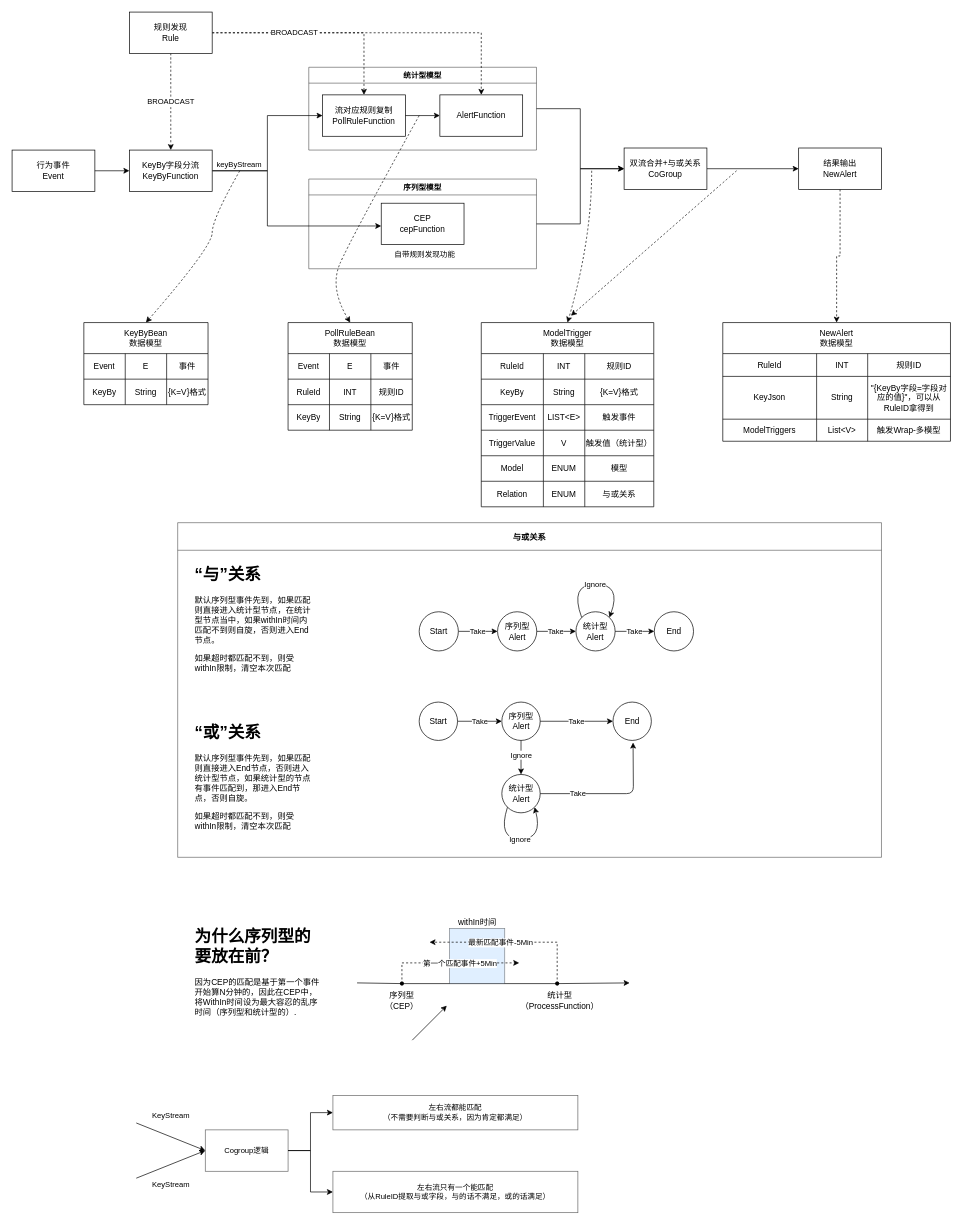
Before: cep.drawio in pengmide/draw, a draw.io diagram. Source tidied: cells renumbered, new cells numbered last; positions are measured from the earlier drawing's top-left corner, leaving out a move shared by most shapes. Both pictures are drawn from the tidied source at 69%, with x=0, y=0 at pixel (12, 12).
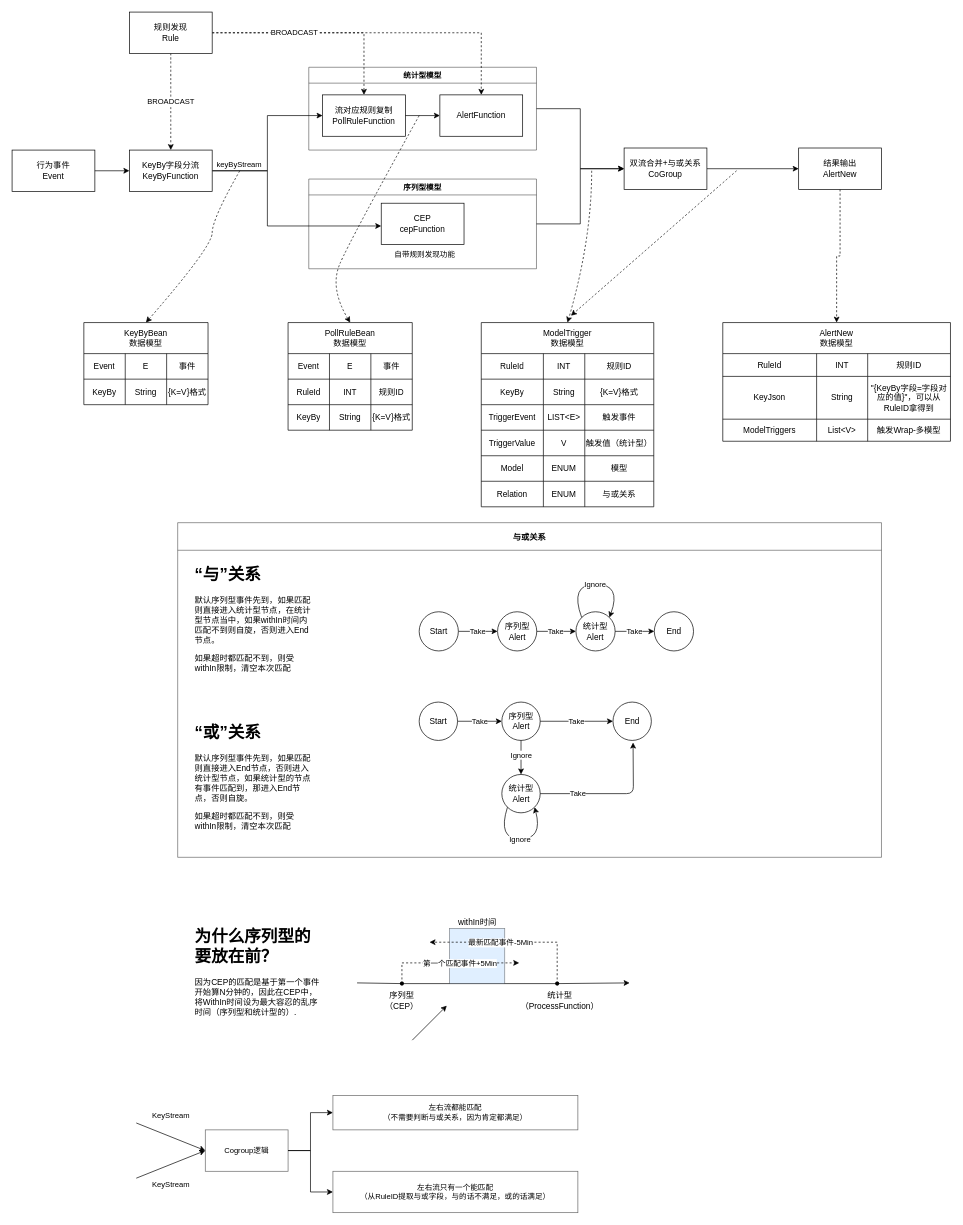
The same page after the edit.

Diff of the diagram source:
```diff
@@
-    <mxCell id="59" value="NewAlert&#10;数据模型" style="shape=table;startSize=45;childLayout=tableLayout;rounded=0;shadow=0;comic=0;sketch=0;fillColor=default;gradientColor=none;" parent="1" vertex="1">
+    <mxCell id="59" value="AlertNew&#10;数据模型" style="shape=table;startSize=45;childLayout=tableLayout;rounded=0;shadow=0;comic=0;sketch=0;fillColor=default;gradientColor=none;" parent="1" vertex="1">
       <mxGeometry x="1030" y="450" width="330" height="172" as="geometry" />
     </mxCell>
@@
-    <mxCell id="97" value="结果输出&lt;br&gt;NewAlert" style="whiteSpace=wrap;html=1;rounded=0;" parent="1" vertex="1">
+    <mxCell id="97" value="结果输出&lt;br&gt;AlertNew" style="whiteSpace=wrap;html=1;rounded=0;" parent="1" vertex="1">
       <mxGeometry x="1140" y="197" width="120" height="60" as="geometry" />
     </mxCell>
```
